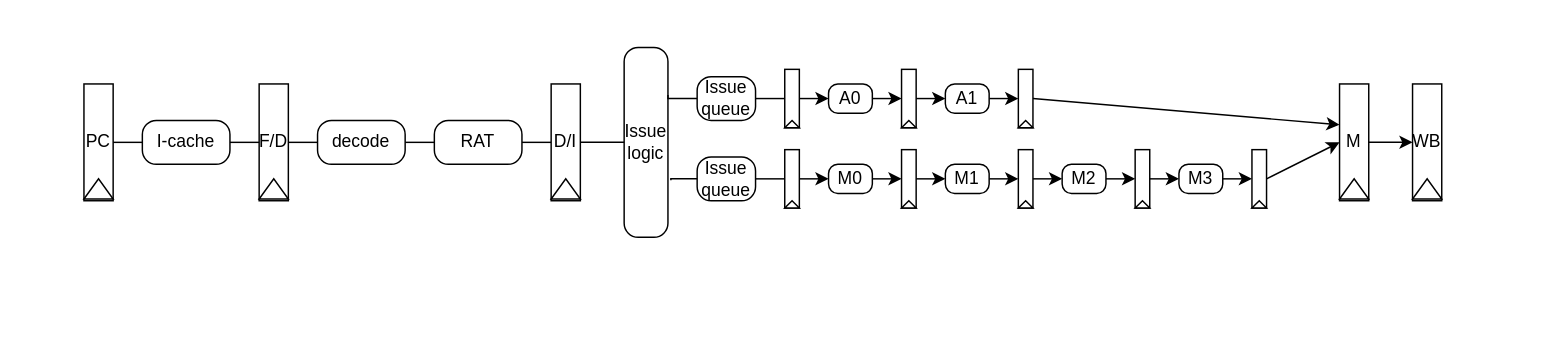
The draw.io diagram directory/流水线.drawio in lllwwwooo/draw.io, before the edit. Source tidied: cells renumbered, new cells numbered last; positions are measured from the earlier drawing's top-left corner, leaving out a move shared by most shapes. Both pictures are drawn from the tidied source at 146%, with x=0, y=0 at pixel (83, 47).
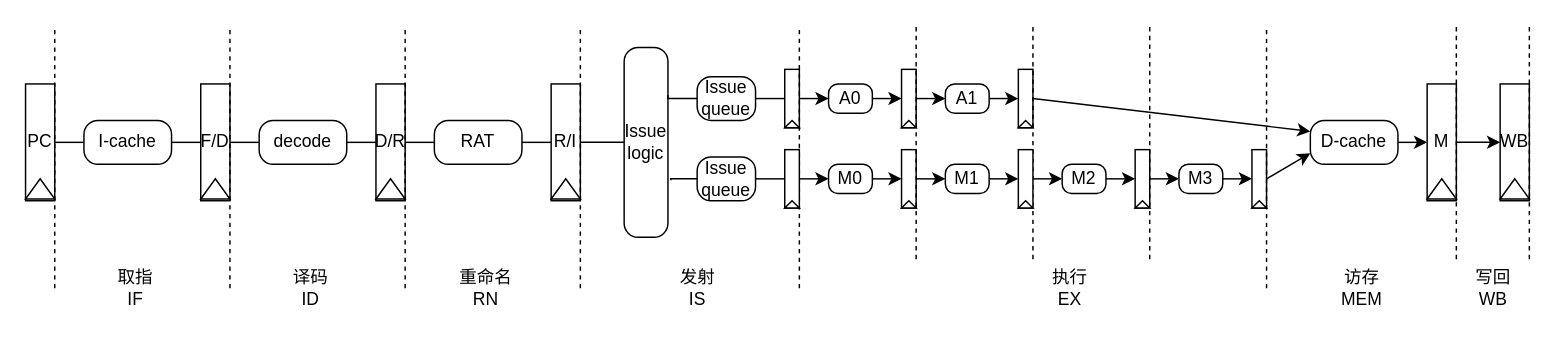
Above is the later version.

Commit message (it also covers changes not shown here):
更新流水线.drawio

Unchanged cells that the change refers to:
```xml
<mxCell id="15" value="RAT" style="rounded=1;whiteSpace=wrap;html=1;arcSize=32;" parent="1" vertex="1">
  <mxGeometry x="240" y="50" width="60" height="30" as="geometry" />
</mxCell>
<mxCell id="16" style="group;" parent="1" vertex="1">
  <mxGeometry x="320" y="25" width="20" height="80" as="geometry" />
</mxCell>
<mxCell id="27" style="group;" parent="1" vertex="1">
  <mxGeometry x="480" y="15" width="10" height="40" as="geometry" />
</mxCell>
<mxCell id="38" style="group;" parent="1" vertex="1">
  <mxGeometry x="640" y="15" width="10" height="40" as="geometry" />
</mxCell>
<mxCell id="39" style="rounded=0;whiteSpace=wrap;html=1;" parent="38" vertex="1">
  <mxGeometry width="10" height="40" as="geometry" />
</mxCell>
<mxCell id="62" style="rounded=0;whiteSpace=wrap;html=1;" parent="61" vertex="1">
  <mxGeometry width="10" height="40" as="geometry" />
</mxCell>
<mxCell id="70" value="&lt;font&gt;M&lt;/font&gt;" style="rounded=0;whiteSpace=wrap;html=1;" parent="69" vertex="1">
  <mxGeometry width="20" height="80" as="geometry" />
</mxCell>
```

The edit, as a diff of the source:
```diff
@@
     <mxCell id="2" style="group;" parent="1" vertex="1">
-      <mxGeometry y="25" width="20" height="80" as="geometry" />
+      <mxGeometry x="-40" y="25" width="20" height="80" as="geometry" />
     </mxCell>
@@
     <mxCell id="5" style="group;" parent="1" vertex="1">
-      <mxGeometry x="120" y="25" width="20" height="80" as="geometry" />
+      <mxGeometry x="80" y="25" width="20" height="80" as="geometry" />
     </mxCell>
@@
     <mxCell id="9" value="I-cache" style="rounded=1;whiteSpace=wrap;html=1;arcSize=32;" parent="1" vertex="1">
-      <mxGeometry x="40" y="50" width="60" height="30" as="geometry" />
+      <mxGeometry y="50" width="60" height="30" as="geometry" />
     </mxCell>
@@
-    <mxCell id="11" style="edgeStyle=orthogonalEdgeStyle;rounded=0;jettySize=auto;html=1;exitX=1;exitY=0.5;exitDx=0;exitDy=0;entryX=0;entryY=0.5;entryDx=0;entryDy=0;endArrow=none;startFill=0;" parent="1" edge="1" source="12" target="15">
-      <mxGeometry relative="1" as="geometry" />
-    </mxCell>
+    <mxCell id="78" style="edgeStyle=orthogonalEdgeStyle;rounded=0;jettySize=auto;html=1;exitX=1;exitY=0.5;exitDx=0;exitDy=0;entryX=0;entryY=0.5;entryDx=0;entryDy=0;endArrow=none;startFill=0;" parent="1" edge="1" source="12" target="86">
+      <mxGeometry relative="1" as="geometry" />
+    </mxCell>
     <mxCell id="12" value="decode" style="rounded=1;whiteSpace=wrap;html=1;arcSize=32;" parent="1" vertex="1">
-      <mxGeometry x="160" y="50" width="60" height="30" as="geometry" />
+      <mxGeometry x="120" y="50" width="60" height="30" as="geometry" />
     </mxCell>
@@
-    <mxCell id="17" value="D/I" style="rounded=0;whiteSpace=wrap;html=1;" parent="16" vertex="1">
+    <mxCell id="17" value="R/I" style="rounded=0;whiteSpace=wrap;html=1;" parent="16" vertex="1">
       <mxGeometry width="20" height="80" as="geometry" />
     </mxCell>
@@
+    <mxCell id="79" style="endArrow=none;dashed=1;html=1;rounded=0;" parent="16" edge="1">
+      <mxGeometry relative="1" as="geometry">
+        <mxPoint x="20" y="140" as="sourcePoint" />
+        <mxPoint x="20" y="-40" as="targetPoint" />
+      </mxGeometry>
+    </mxCell>
@@
+    <mxCell id="80" style="endArrow=none;dashed=1;html=1;rounded=0;" parent="27" edge="1">
+      <mxGeometry relative="1" as="geometry">
+        <mxPoint x="10" y="150" as="sourcePoint" />
+        <mxPoint x="10" y="-30" as="targetPoint" />
+      </mxGeometry>
+    </mxCell>
@@
+    <mxCell id="81" style="endArrow=none;dashed=1;html=1;rounded=0;" parent="38" edge="1">
+      <mxGeometry relative="1" as="geometry">
+        <mxPoint x="10" y="130" as="sourcePoint" />
+        <mxPoint x="10" y="-30" as="targetPoint" />
+      </mxGeometry>
+    </mxCell>
@@
     <mxCell id="69" style="group;" parent="1" vertex="1">
-      <mxGeometry x="860" y="25" width="20" height="80" as="geometry" />
+      <mxGeometry x="920" y="25" width="20" height="80" as="geometry" />
     </mxCell>
@@
+    <mxCell id="82" style="endArrow=none;dashed=1;html=1;rounded=0;" parent="69" edge="1">
+      <mxGeometry relative="1" as="geometry">
+        <mxPoint x="20" y="120" as="sourcePoint" />
+        <mxPoint x="20" y="-40" as="targetPoint" />
+      </mxGeometry>
+    </mxCell>
-    <mxCell id="72" style="rounded=0;jettySize=auto;html=1;exitX=1;exitY=0.5;exitDx=0;exitDy=0;entryX=0;entryY=0.35;entryDx=0;entryDy=0;entryPerimeter=0;" parent="1" edge="1" source="39" target="70">
+    <mxCell id="72" style="rounded=0;jettySize=auto;html=1;exitX=1;exitY=0.5;exitDx=0;exitDy=0;entryX=0;entryY=0.25;entryDx=0;entryDy=0;" parent="1" edge="1" source="39" target="102">
       <mxGeometry relative="1" as="geometry" />
     </mxCell>
-    <mxCell id="73" style="rounded=0;jettySize=auto;html=1;exitX=1;exitY=0.5;exitDx=0;exitDy=0;entryX=0;entryY=0.5;entryDx=0;entryDy=0;" parent="1" edge="1" source="62" target="70">
+    <mxCell id="73" style="rounded=0;jettySize=auto;html=1;exitX=1;exitY=0.5;exitDx=0;exitDy=0;entryX=0;entryY=0.75;entryDx=0;entryDy=0;" parent="1" edge="1" source="62" target="102">
       <mxGeometry relative="1" as="geometry" />
     </mxCell>
     <mxCell id="74" style="group;" parent="1" vertex="1">
-      <mxGeometry x="910" y="25" width="20" height="80" as="geometry" />
+      <mxGeometry x="970" y="25" width="20" height="80" as="geometry" />
     </mxCell>
@@
+    <mxCell id="83" style="endArrow=none;dashed=1;html=1;rounded=0;" parent="1" edge="1">
+      <mxGeometry relative="1" as="geometry">
+        <mxPoint x="-20" y="165" as="sourcePoint" />
+        <mxPoint x="-20" y="-15" as="targetPoint" />
+      </mxGeometry>
+    </mxCell>
+    <mxCell id="84" style="endArrow=none;dashed=1;html=1;rounded=0;" parent="1" edge="1">
+      <mxGeometry relative="1" as="geometry">
+        <mxPoint x="100" y="165" as="sourcePoint" />
+        <mxPoint x="100" y="-15" as="targetPoint" />
+      </mxGeometry>
+    </mxCell>
+    <mxCell id="85" style="group;" parent="1" vertex="1">
+      <mxGeometry x="200" y="25" width="20" height="80" as="geometry" />
+    </mxCell>
+    <mxCell id="86" value="D/R" style="rounded=0;whiteSpace=wrap;html=1;" parent="85" vertex="1">
+      <mxGeometry width="20" height="80" as="geometry" />
+    </mxCell>
+    <mxCell id="87" style="triangle;whiteSpace=wrap;html=1;rotation=-90;" parent="85" vertex="1">
+      <mxGeometry x="3.1" y="61.9" width="13.8" height="20" as="geometry" />
+    </mxCell>
+    <mxCell id="88" style="endArrow=none;dashed=1;html=1;rounded=0;" parent="85" edge="1">
+      <mxGeometry relative="1" as="geometry">
+        <mxPoint x="20" y="140" as="sourcePoint" />
+        <mxPoint x="20" y="-40" as="targetPoint" />
+      </mxGeometry>
+    </mxCell>
+    <mxCell id="89" style="edgeStyle=orthogonalEdgeStyle;rounded=0;jettySize=auto;html=1;exitX=1;exitY=0.5;exitDx=0;exitDy=0;entryX=0;entryY=0.5;entryDx=0;entryDy=0;endArrow=none;startFill=0;" parent="1" edge="1" source="86" target="15">
+      <mxGeometry relative="1" as="geometry" />
+    </mxCell>
+    <mxCell id="90" style="endArrow=none;dashed=1;html=1;rounded=0;" parent="1" edge="1">
+      <mxGeometry relative="1" as="geometry">
+        <mxPoint x="570" y="145" as="sourcePoint" />
+        <mxPoint x="570" y="-15" as="targetPoint" />
+      </mxGeometry>
+    </mxCell>
+    <mxCell id="91" style="endArrow=none;dashed=1;html=1;rounded=0;" parent="1" edge="1">
+      <mxGeometry relative="1" as="geometry">
+        <mxPoint x="730" y="145" as="sourcePoint" />
+        <mxPoint x="730" y="-15" as="targetPoint" />
+      </mxGeometry>
+    </mxCell>
+    <mxCell id="92" style="endArrow=none;dashed=1;html=1;rounded=0;" parent="1" edge="1">
+      <mxGeometry relative="1" as="geometry">
+        <mxPoint x="810" y="165" as="sourcePoint" />
+        <mxPoint x="810" y="-15" as="targetPoint" />
+      </mxGeometry>
+    </mxCell>
+    <mxCell id="93" style="endArrow=none;dashed=1;html=1;rounded=0;" parent="1" edge="1">
+      <mxGeometry relative="1" as="geometry">
+        <mxPoint x="990" y="145" as="sourcePoint" />
+        <mxPoint x="990" y="-15" as="targetPoint" />
+      </mxGeometry>
+    </mxCell>
+    <mxCell id="94" value="取指&lt;div&gt;IF&lt;/div&gt;" style="text;html=1;align=center;verticalAlign=middle;strokeColor=none;fillColor=none;" parent="1" vertex="1">
+      <mxGeometry x="10" y="145" width="50" height="40" as="geometry" />
+    </mxCell>
+    <mxCell id="95" value="译码&lt;div&gt;ID&lt;/div&gt;" style="text;html=1;align=center;verticalAlign=middle;strokeColor=none;fillColor=none;" parent="1" vertex="1">
+      <mxGeometry x="130" y="145" width="50" height="40" as="geometry" />
+    </mxCell>
+    <mxCell id="96" value="重命名&lt;div&gt;RN&lt;/div&gt;" style="text;html=1;align=center;verticalAlign=middle;strokeColor=none;fillColor=none;" parent="1" vertex="1">
+      <mxGeometry x="245" y="145" width="60" height="40" as="geometry" />
+    </mxCell>
+    <mxCell id="97" value="发射&lt;div&gt;IS&lt;/div&gt;" style="text;html=1;align=center;verticalAlign=middle;strokeColor=none;fillColor=none;" parent="1" vertex="1">
+      <mxGeometry x="395" y="145" width="50" height="40" as="geometry" />
+    </mxCell>
+    <mxCell id="98" value="执行&lt;div&gt;EX&lt;/div&gt;" style="text;html=1;align=center;verticalAlign=middle;strokeColor=none;fillColor=none;" parent="1" vertex="1">
+      <mxGeometry x="650" y="145" width="50" height="40" as="geometry" />
+    </mxCell>
+    <mxCell id="99" value="访存&lt;div&gt;MEM&lt;/div&gt;" style="text;html=1;align=center;verticalAlign=middle;strokeColor=none;fillColor=none;" parent="1" vertex="1">
+      <mxGeometry x="850" y="145" width="50" height="40" as="geometry" />
+    </mxCell>
+    <mxCell id="100" value="写回&lt;div&gt;WB&lt;/div&gt;" style="text;html=1;align=center;verticalAlign=middle;strokeColor=none;fillColor=none;" parent="1" vertex="1">
+      <mxGeometry x="940" y="145" width="50" height="40" as="geometry" />
+    </mxCell>
+    <mxCell id="101" style="edgeStyle=orthogonalEdgeStyle;rounded=0;jettySize=auto;html=1;exitX=1;exitY=0.5;exitDx=0;exitDy=0;entryX=0;entryY=0.5;entryDx=0;entryDy=0;" parent="1" edge="1" source="102" target="70">
+      <mxGeometry relative="1" as="geometry" />
+    </mxCell>
+    <mxCell id="102" value="D-cache" style="rounded=1;whiteSpace=wrap;html=1;arcSize=32;" parent="1" vertex="1">
+      <mxGeometry x="840" y="50" width="60" height="30" as="geometry" />
+    </mxCell>
```
